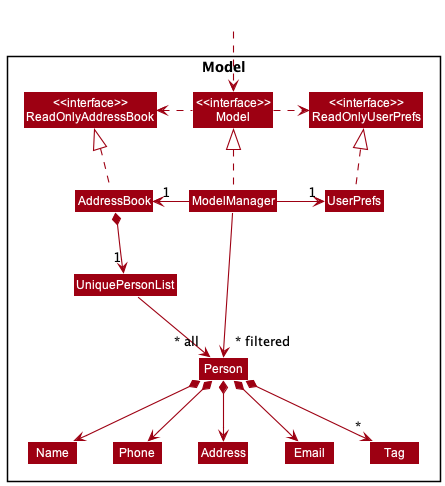
This is docs/images/ModelClassDiagram.png from nus-cs2103-AY2223S1/tp, a PlantUML export, as it was before one commit.
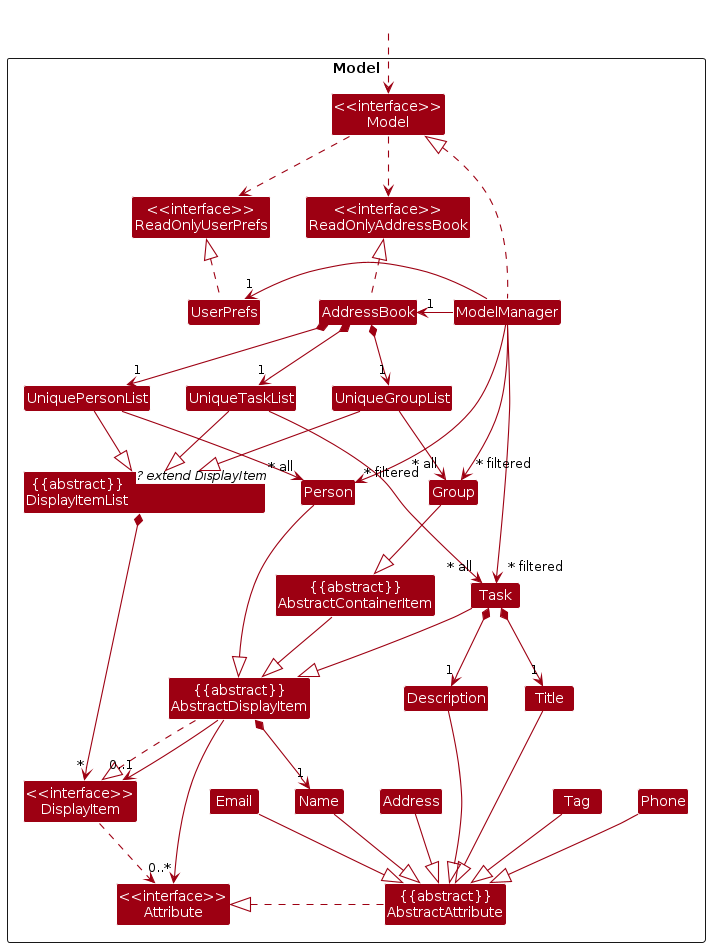
The same diagram one commit later.

Change to the diagram source:
```diff
@@ -5,21 +5,35 @@
 skinparam classBackgroundColor MODEL_COLOR
 
 Package Model <<Rectangle>>{
-Class "<<interface>>\nReadOnlyAddressBook" as ReadOnlyAddressBook
-Class "<<interface>>\nReadOnlyUserPrefs" as ReadOnlyUserPrefs
-Class "<<interface>>\nModel" as Model
-Class AddressBook
-Class ModelManager
-Class UserPrefs
+    Class "<<interface>>\nReadOnlyAddressBook" as ReadOnlyAddressBook
+    Class "<<interface>>\nDisplayItem" as DisplayItem
+    Class "<<interface>>\nReadOnlyUserPrefs" as ReadOnlyUserPrefs
+    Class "<<interface>>\nAttribute" as Attribute
+    Class "<<interface>>\nModel" as Model
+    Class "{{abstract}}\nDisplayItemList" as DisplayItemList<? extend DisplayItem>
+    Class "{{abstract}}\nAbstractContainerItem" as AbstractContainerItem
+    Class "{{abstract}}\nAbstractDisplayItem" as AbstractDisplayItem
+    Class "{{abstract}}\nAbstractAttribute" as AbstractAttribute
 
-Class UniquePersonList
-Class Person
-Class Address
-Class Email
-Class Name
-Class Phone
-Class Tag
 
+    Class AddressBook
+    Class ModelManager
+    Class UserPrefs
+
+    Class UniquePersonList
+    Class UniqueTaskList
+    Class UniqueGroupList
+
+    Class Person
+    Class Task
+    Class Group
+    Class Address
+    Class Email
+    Class Name
+    Class Phone
+    Class Tag
+    Class Title
+    Class Description
 }
 
 Class HiddenOutside #FFFFFF
@@ -27,24 +41,55 @@
 
 AddressBook .up.|> ReadOnlyAddressBook
 
+DisplayItem ..> Attribute
+
+Task --|> AbstractDisplayItem
+Person --|> AbstractDisplayItem
+Group --|> AbstractContainerItem
+
+AbstractDisplayItem ..|> DisplayItem
+AbstractDisplayItem --> "0..*" Attribute
+AbstractDisplayItem --> "0..1" DisplayItem
+AbstractContainerItem --|> AbstractDisplayItem
+
+AbstractAttribute .left.|> Attribute
+
+Name --|> AbstractAttribute
+Address --|> AbstractAttribute
+Email --|> AbstractAttribute
+Phone --|> AbstractAttribute
+Tag --|> AbstractAttribute
+Title --|> AbstractAttribute
+Description --|> AbstractAttribute
+
+AbstractDisplayItem *--> "1" Name
+Task *--> "1" Title
+Task *--> "1" Description
+
+DisplayItemList *--> "*" DisplayItem
+
+UniqueGroupList --|> DisplayItemList
+UniqueTaskList --|> DisplayItemList
+UniquePersonList --|> DisplayItemList
+
+DisplayItemList -[hidden]right-> Person
+
 ModelManager .up.|> Model
-Model .right.> ReadOnlyUserPrefs
-Model .left.> ReadOnlyAddressBook
-ModelManager -left-> "1" AddressBook
-ModelManager -right-> "1" UserPrefs
+ModelManager -right-> "1" AddressBook
+Model ..> ReadOnlyUserPrefs
+Model ..> ReadOnlyAddressBook
+ModelManager -left-> "1" UserPrefs
 UserPrefs .up.|> ReadOnlyUserPrefs
 
 AddressBook *--> "1" UniquePersonList
+AddressBook *--> "1" UniqueTaskList
+AddressBook *--> "1" UniqueGroupList
+
+UniqueTaskList --> "~* all" Task
+UniqueGroupList --> "~* all" Group
 UniquePersonList --> "~* all" Person
-Person *--> Name
-Person *--> Phone
-Person *--> Email
-Person *--> Address
-Person *--> "*" Tag
 
-Name -[hidden]right-> Phone
-Phone -[hidden]right-> Address
-Address -[hidden]right-> Email
-
-ModelManager -->"~* filtered" Person
+ModelManager --->"~* filtered" Person
+ModelManager --->"~* filtered" Task
+ModelManager --->"~* filtered" Group
 @enduml
```
